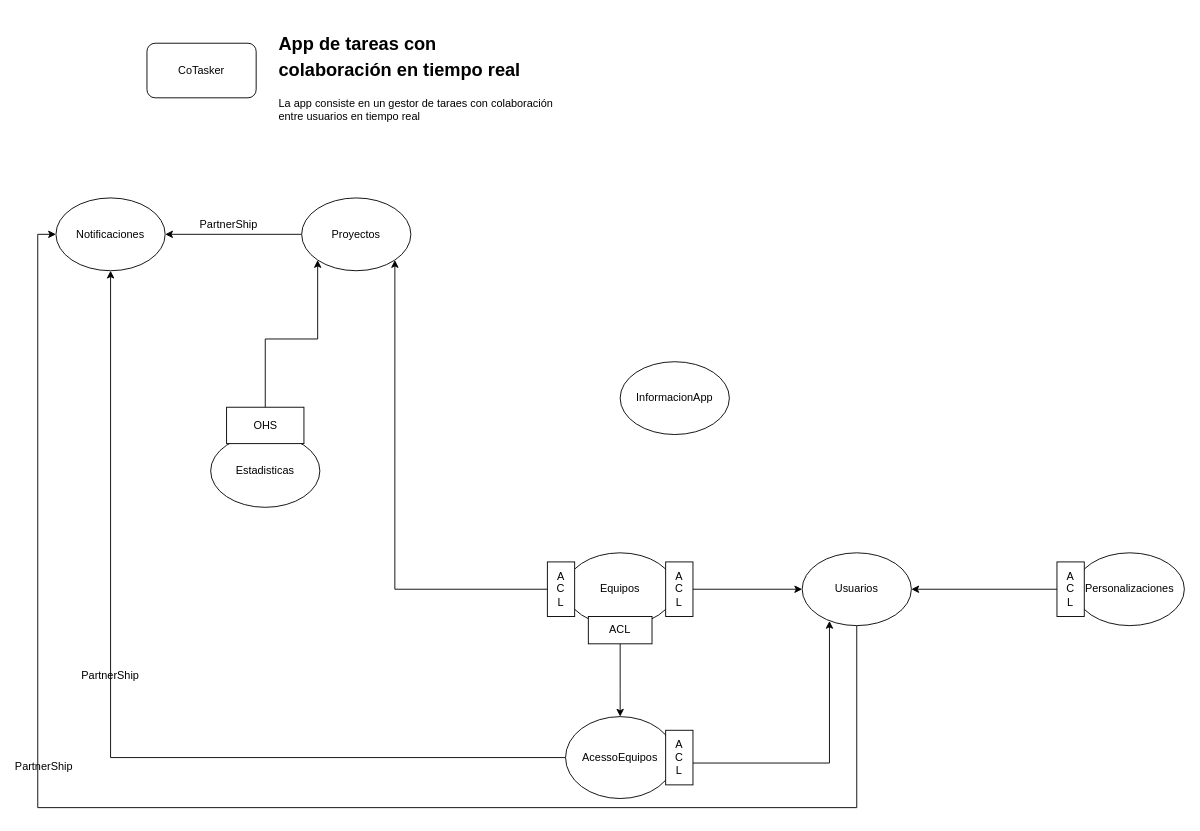
The draw.io diagram page "BoundedContext" (2 of 16) of CoTasker_BoundedContext.drawio in Migue1409-KP/DOO-working-group, before the edit. Source tidied: cells renumbered, new cells numbered last; positions are measured from the earlier drawing's top-left corner, leaving out a move shared by most shapes. Both pictures are drawn from the tidied source at 91%, with x=0, y=0 at pixel (16, 25).
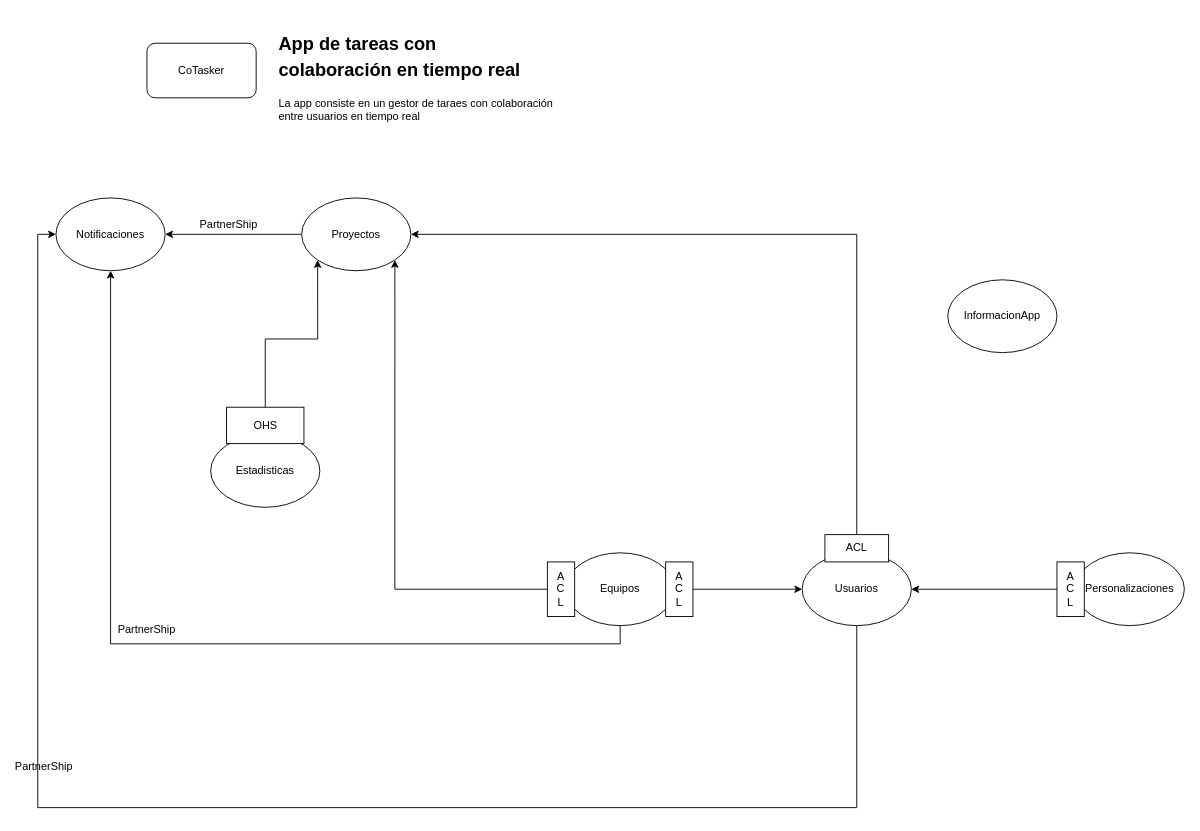
After the change.

Unchanged cells that the change refers to:
```xml
<mxCell id="4" value="Equipos" style="ellipse;whiteSpace=wrap;html=1;" parent="1" vertex="1">
  <mxGeometry x="603" y="580" width="120" height="80" as="geometry" />
</mxCell>
<mxCell id="6" value="Usuarios" style="ellipse;whiteSpace=wrap;html=1;" parent="1" vertex="1">
  <mxGeometry x="863" y="580" width="120" height="80" as="geometry" />
</mxCell>
<mxCell id="8" value="Proyectos" style="ellipse;whiteSpace=wrap;html=1;" parent="1" vertex="1">
  <mxGeometry x="313" y="190" width="120" height="80" as="geometry" />
</mxCell>
<mxCell id="14" value="Notificaciones" style="ellipse;whiteSpace=wrap;html=1;" parent="1" vertex="1">
  <mxGeometry x="43" y="190" width="120" height="80" as="geometry" />
</mxCell>
```

What changed in the source:
```diff
@@
     <mxCell id="2" value="InformacionApp" style="ellipse;whiteSpace=wrap;html=1;" parent="1" vertex="1">
-      <mxGeometry x="663" y="370" width="120" height="80" as="geometry" />
+      <mxGeometry x="1023" y="280" width="120" height="80" as="geometry" />
     </mxCell>
-    <mxCell id="3" style="edgeStyle=orthogonalEdgeStyle;rounded=0;jettySize=auto;html=1;exitX=0.5;exitY=1;exitDx=0;exitDy=0;entryX=0.5;entryY=0;entryDx=0;entryDy=0;" parent="1" edge="1" source="23" target="13">
-      <mxGeometry relative="1" as="geometry">
-        <Array as="points">
-          <mxPoint x="663" y="730" />
-          <mxPoint x="663" y="730" />
-        </Array>
-      </mxGeometry>
-    </mxCell>
@@
+    <mxCell id="32" style="edgeStyle=orthogonalEdgeStyle;rounded=0;jettySize=auto;html=1;" parent="1" edge="1" source="6" target="8">
+      <mxGeometry relative="1" as="geometry">
+        <Array as="points">
+          <mxPoint x="923" y="230" />
+        </Array>
+      </mxGeometry>
+    </mxCell>
@@
-    <mxCell id="11" style="edgeStyle=orthogonalEdgeStyle;rounded=0;jettySize=auto;html=1;entryX=0.25;entryY=0.936;entryDx=0;entryDy=0;entryPerimeter=0;" parent="1" edge="1" source="31" target="6">
-      <mxGeometry relative="1" as="geometry">
-        <Array as="points">
-          <mxPoint x="893" y="811" />
-        </Array>
-      </mxGeometry>
-    </mxCell>
-    <mxCell id="12" style="edgeStyle=orthogonalEdgeStyle;rounded=0;jettySize=auto;html=1;" parent="1" edge="1" source="13" target="14">
+    <mxCell id="12" style="edgeStyle=orthogonalEdgeStyle;rounded=0;jettySize=auto;html=1;exitX=0.5;exitY=1;exitDx=0;exitDy=0;" parent="1" edge="1" source="4" target="14">
       <mxGeometry relative="1" as="geometry" />
     </mxCell>
-    <mxCell id="13" value="AcessoEquipos" style="ellipse;whiteSpace=wrap;html=1;" parent="1" vertex="1">
-      <mxGeometry x="603" y="760" width="120" height="90" as="geometry" />
-    </mxCell>
@@
-    <mxCell id="21" style="edgeStyle=orthogonalEdgeStyle;rounded=0;orthogonalLoop=1;jettySize=auto;html=1;exitX=0.5;exitY=1;exitDx=0;exitDy=0;" parent="1" edge="1" source="13" target="13">
-      <mxGeometry relative="1" as="geometry" />
+    <mxCell id="21" style="edgeStyle=orthogonalEdgeStyle;rounded=0;orthogonalLoop=1;jettySize=auto;html=1;exitX=0.5;exitY=1;exitDx=0;exitDy=0;" parent="1" edge="1">
+      <mxGeometry relative="1" as="geometry">
+        <mxPoint x="663" y="850" as="sourcePoint" />
+        <mxPoint x="663" y="850" as="targetPoint" />
+      </mxGeometry>
     </mxCell>
-    <mxCell id="22" style="edgeStyle=orthogonalEdgeStyle;rounded=0;jettySize=auto;html=1;exitX=0.5;exitY=1;exitDx=0;exitDy=0;entryX=0.5;entryY=1;entryDx=0;entryDy=0;" parent="1" edge="1" source="4" target="23">
-      <mxGeometry relative="1" as="geometry" />
-    </mxCell>
-    <mxCell id="23" value="ACL" style="rounded=0;whiteSpace=wrap;html=1;" parent="1" vertex="1">
-      <mxGeometry x="628" y="650" width="70" height="30" as="geometry" />
-    </mxCell>
@@
     <mxCell id="25" value="PartnerShip" style="text;html=1;strokeColor=none;fillColor=none;align=center;verticalAlign=middle;whiteSpace=wrap;rounded=0;" parent="1" vertex="1">
-      <mxGeometry x="73" y="700" width="60" height="30" as="geometry" />
+      <mxGeometry x="113" y="650" width="60" height="30" as="geometry" />
     </mxCell>
@@
-    <mxCell id="31" value="A&lt;br&gt;C&lt;br&gt;L" style="rounded=0;whiteSpace=wrap;html=1;" parent="1" vertex="1">
-      <mxGeometry x="713" y="775" width="30" height="60" as="geometry" />
-    </mxCell>
+    <mxCell id="23" value="ACL" style="rounded=0;whiteSpace=wrap;html=1;" parent="1" vertex="1">
+      <mxGeometry x="888" y="560" width="70" height="30" as="geometry" />
+    </mxCell>
```
